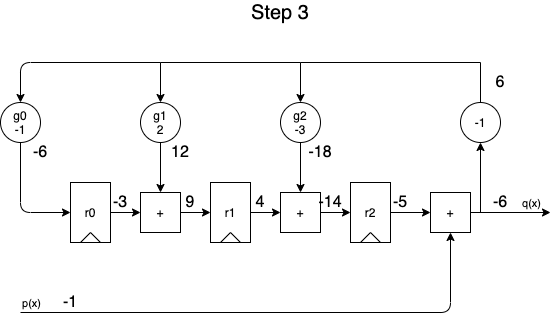
Above: assets/reed_solomon/reed_solomon-divider_diagram_step3.png in tomverbeure/tomverbeure.github.io (draw.io), before the change. Source tidied: cells renumbered, new cells last; positions are measured from the earlier drawing's top-left corner, leaving out a move shared by most shapes.
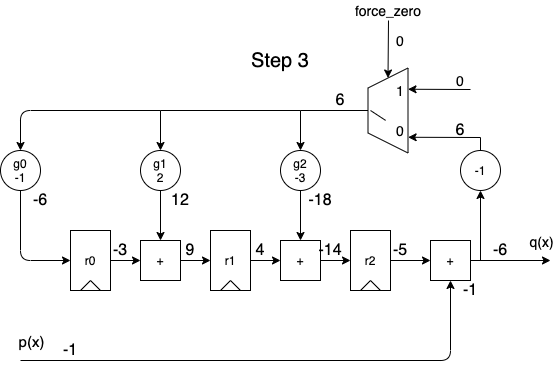
Later version of the same file.

What changed in the source:
```diff
@@ -53,11 +53,6 @@
         </Array>
       </mxGeometry>
     </mxCell>
-    <mxCell id="14" value="p(x)" style="edgeLabel;html=1;align=center;verticalAlign=middle;" parent="13" vertex="1">
-      <mxGeometry x="-0.73" y="-1" relative="1" as="geometry">
-        <mxPoint x="-58" y="-11" as="offset" />
-      </mxGeometry>
-    </mxCell>
     <mxCell id="15" style="edgeStyle=orthogonalEdgeStyle;rounded=0;jettySize=auto;html=1;" parent="1" edge="1" source="7" target="12">
       <mxGeometry relative="1" as="geometry" />
     </mxCell>
@@ -66,11 +61,6 @@
         <mxPoint x="550" y="210" as="targetPoint" />
       </mxGeometry>
     </mxCell>
-    <mxCell id="17" value="q(x)" style="edgeLabel;html=1;align=center;verticalAlign=middle;" parent="16" vertex="1">
-      <mxGeometry x="-0.06" relative="1" as="geometry">
-        <mxPoint x="22.3" y="-10" as="offset" />
-      </mxGeometry>
-    </mxCell>
     <mxCell id="18" value="+" style="whiteSpace=wrap;html=1;fillColor=none;" parent="1" vertex="1">
       <mxGeometry x="280" y="190" width="40" height="40" as="geometry" />
     </mxCell>
@@ -80,14 +70,6 @@
     <mxCell id="20" style="endArrow=classic;html=1;entryX=0;entryY=0.5;entryDx=0;entryDy=0;exitX=1;exitY=0.5;exitDx=0;exitDy=0;" parent="1" edge="1" source="18" target="7">
       <mxGeometry relative="1" as="geometry" />
     </mxCell>
-    <mxCell id="21" style="endArrow=classic;html=1;entryX=0.5;entryY=0;entryDx=0;entryDy=0;rounded=0;" parent="1" edge="1" source="41" target="11">
-      <mxGeometry relative="1" as="geometry">
-        <Array as="points">
-          <mxPoint x="480" y="60" />
-          <mxPoint x="300" y="60" />
-        </Array>
-      </mxGeometry>
-    </mxCell>
     <mxCell id="22" style="group;" parent="1" vertex="1">
       <mxGeometry x="70" y="180" width="40" height="60" as="geometry" />
     </mxCell>
@@ -177,7 +159,7 @@
       </mxGeometry>
     </mxCell>
     <mxCell id="43" value="&lt;font style=&quot;font-size: 16px&quot;&gt;6&lt;/font&gt;" style="text;html=1;strokeColor=none;fillColor=none;align=center;verticalAlign=middle;whiteSpace=wrap;rounded=0;" parent="1" vertex="1">
-      <mxGeometry x="480" y="70" width="40" height="20" as="geometry" />
+      <mxGeometry x="440" y="70" width="40" height="20" as="geometry" />
     </mxCell>
     <mxCell id="44" value="&lt;font style=&quot;font-size: 16px&quot;&gt;12&lt;/font&gt;" style="text;html=1;strokeColor=none;fillColor=none;align=center;verticalAlign=middle;whiteSpace=wrap;rounded=0;" parent="1" vertex="1">
       <mxGeometry x="160" y="140" width="40" height="20" as="geometry" />
@@ -194,5 +176,67 @@
     <mxCell id="48" value="Step 3" style="text;html=1;strokeColor=none;fillColor=none;align=center;verticalAlign=middle;whiteSpace=wrap;rounded=0;fontSize=20;" parent="1" vertex="1">
       <mxGeometry x="230" width="100" height="20" as="geometry" />
     </mxCell>
+    <mxCell id="49" style="shape=trapezoid;perimeter=trapezoidPerimeter;whiteSpace=wrap;html=1;fixedSize=1;fillColor=none;fontSize=20;fontColor=#0000CC;rotation=-90;" parent="1" vertex="1">
+      <mxGeometry x="345" y="40" width="85" height="40" as="geometry" />
+    </mxCell>
+    <mxCell id="50" style="endArrow=classic;html=1;fontSize=20;fontColor=#0000CC;entryX=0.5;entryY=0;entryDx=0;entryDy=0;exitX=0.5;exitY=0;exitDx=0;exitDy=0;rounded=0;" parent="1" edge="1" source="49">
+      <mxGeometry relative="1" as="geometry">
+        <mxPoint x="300" y="100" as="targetPoint" />
+        <Array as="points">
+          <mxPoint x="300" y="60" />
+        </Array>
+      </mxGeometry>
+    </mxCell>
+    <mxCell id="51" style="endArrow=classic;html=1;fontSize=20;fontColor=#0000CC;entryX=0.185;entryY=1.003;entryDx=0;entryDy=0;entryPerimeter=0;exitX=0.5;exitY=0;exitDx=0;exitDy=0;rounded=0;" parent="1" edge="1" target="49">
+      <mxGeometry relative="1" as="geometry">
+        <mxPoint x="480" y="100" as="sourcePoint" />
+        <Array as="points">
+          <mxPoint x="480" y="87" />
+        </Array>
+      </mxGeometry>
+    </mxCell>
+    <mxCell id="52" style="endArrow=classic;html=1;fontSize=20;fontColor=#0000CC;entryX=0.75;entryY=1;entryDx=0;entryDy=0;" parent="1" edge="1" target="49">
+      <mxGeometry relative="1" as="geometry">
+        <mxPoint x="470" y="39" as="sourcePoint" />
+      </mxGeometry>
+    </mxCell>
+    <mxCell id="53" style="endArrow=classic;html=1;fontSize=20;fontColor=#000000;entryX=1;entryY=0.5;entryDx=0;entryDy=0;" parent="1" edge="1" target="49">
+      <mxGeometry relative="1" as="geometry">
+        <mxPoint x="388" y="-30" as="sourcePoint" />
+      </mxGeometry>
+    </mxCell>
+    <mxCell id="54" value="0" style="text;html=1;strokeColor=none;fillColor=none;align=center;verticalAlign=middle;whiteSpace=wrap;rounded=0;fontSize=14;fontColor=#000000;" parent="1" vertex="1">
+      <mxGeometry x="440" y="20" width="40" height="20" as="geometry" />
+    </mxCell>
+    <mxCell id="55" value="force_zero" style="text;html=1;strokeColor=none;fillColor=none;align=center;verticalAlign=middle;whiteSpace=wrap;rounded=0;fontSize=14;fontColor=#000000;" parent="1" vertex="1">
+      <mxGeometry x="367.5" y="-50" width="40" height="20" as="geometry" />
+    </mxCell>
+    <mxCell id="56" value="1" style="text;html=1;strokeColor=none;fillColor=none;align=center;verticalAlign=middle;whiteSpace=wrap;rounded=0;fontSize=14;fontColor=#000000;" parent="1" vertex="1">
+      <mxGeometry x="380" y="30" width="40" height="20" as="geometry" />
+    </mxCell>
+    <mxCell id="57" value="0" style="text;html=1;strokeColor=none;fillColor=none;align=center;verticalAlign=middle;whiteSpace=wrap;rounded=0;fontSize=14;fontColor=#000000;" parent="1" vertex="1">
+      <mxGeometry x="380" y="70" width="40" height="20" as="geometry" />
+    </mxCell>
+    <mxCell id="58" style="endArrow=none;html=1;fontSize=14;fontColor=#000000;entryX=0.5;entryY=0.063;entryDx=0;entryDy=0;entryPerimeter=0;endFill=0;exitX=0.127;exitY=-0.006;exitDx=0;exitDy=0;exitPerimeter=0;" parent="1" edge="1">
+      <mxGeometry relative="1" as="geometry">
+        <mxPoint x="385.1" y="69.9" as="sourcePoint" />
+        <mxPoint x="370" y="60" as="targetPoint" />
+      </mxGeometry>
+    </mxCell>
+    <mxCell id="59" value="0" style="text;html=1;strokeColor=none;fillColor=none;align=center;verticalAlign=middle;whiteSpace=wrap;rounded=0;fontSize=14;fontColor=#000000;" parent="1" vertex="1">
+      <mxGeometry x="380" y="-20" width="40" height="20" as="geometry" />
+    </mxCell>
+    <mxCell id="60" value="&lt;font style=&quot;font-size: 16px&quot;&gt;6&lt;/font&gt;" style="text;html=1;strokeColor=none;fillColor=none;align=center;verticalAlign=middle;whiteSpace=wrap;rounded=0;fontStyle=0;" parent="1" vertex="1">
+      <mxGeometry x="320" y="40" width="40" height="20" as="geometry" />
+    </mxCell>
+    <mxCell id="61" value="&lt;font style=&quot;font-size: 16px&quot;&gt;-1&lt;/font&gt;" style="text;html=1;strokeColor=none;fillColor=none;align=center;verticalAlign=middle;whiteSpace=wrap;rounded=0;" parent="1" vertex="1">
+      <mxGeometry x="450" y="230" width="40" height="20" as="geometry" />
+    </mxCell>
+    <mxCell id="14" value="p(x)" style="edgeLabel;html=1;align=center;verticalAlign=middle;fontSize=15;" parent="1" vertex="1">
+      <mxGeometry x="30" y="290" as="geometry" />
+    </mxCell>
+    <mxCell id="17" value="q(x)" style="edgeLabel;html=1;align=center;verticalAlign=middle;fontSize=14;" parent="1" vertex="1">
+      <mxGeometry x="540" y="190" as="geometry" />
+    </mxCell>
   </root>
 </mxGraphModel>
```
